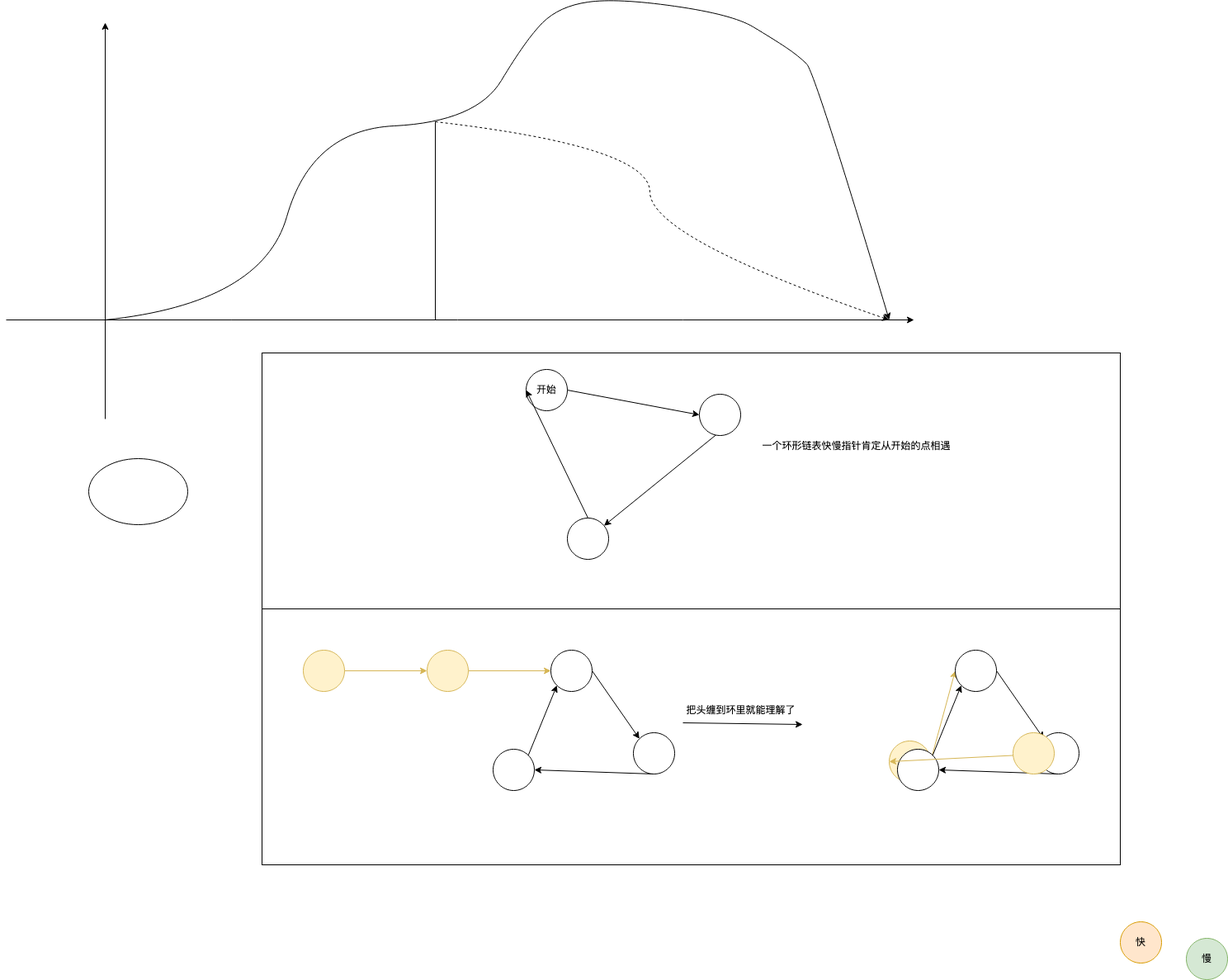
Above: 未命名绘图.drawio.png in jw-hub/test (draw.io), before the change. Source tidied: cells renumbered, new cells last; positions are measured from the earlier drawing's top-left corner, leaving out a move shared by most shapes.
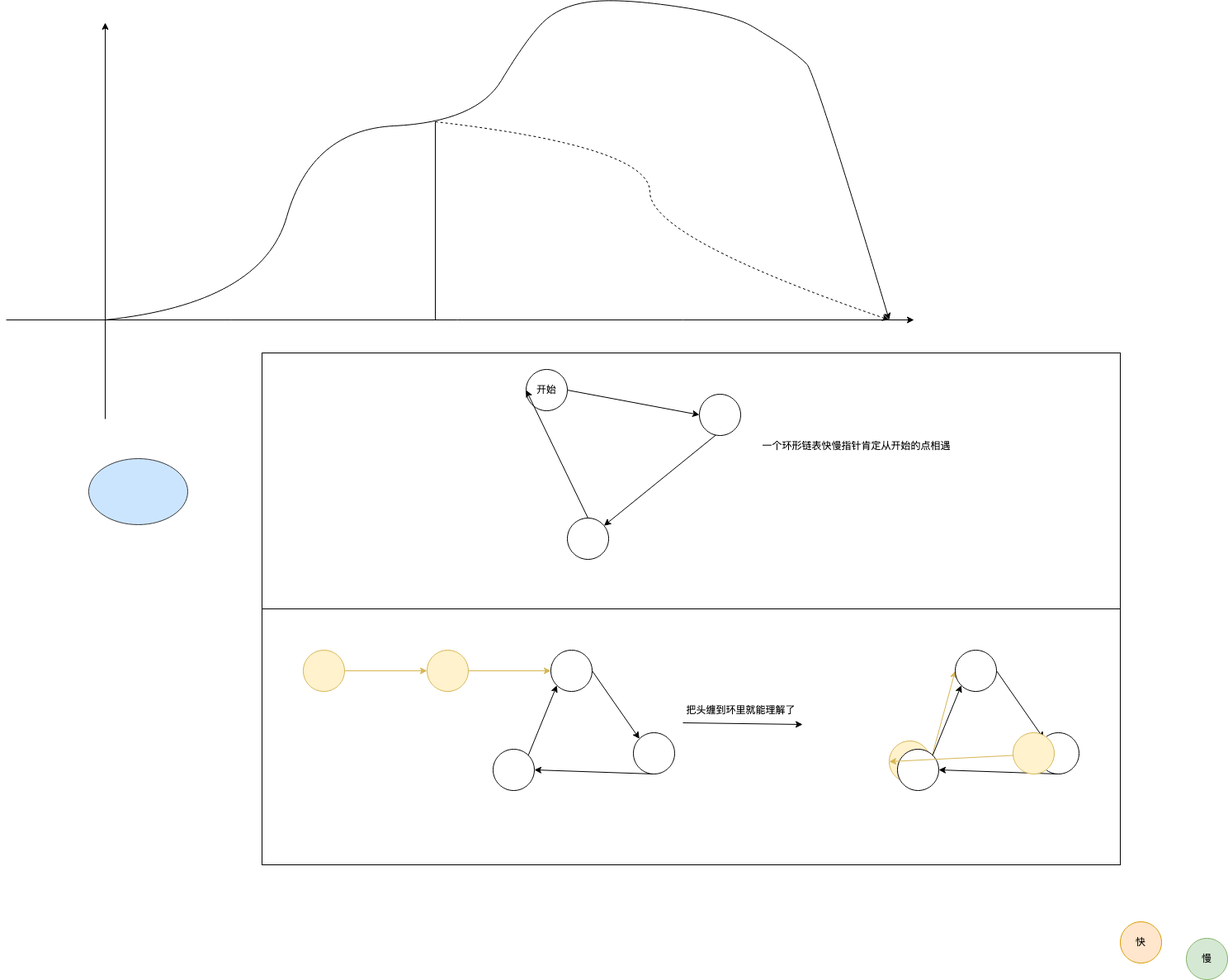
After the commit.

Commit message:
更新未命名绘图.drawio.png

The edit, as a diff of the source:
```diff
@@ -149,7 +149,7 @@
         <mxPoint x="820" y="878" as="sourcePoint" />
       </mxGeometry>
     </mxCell>
-    <mxCell id="40" style="ellipse;whiteSpace=wrap;html=1;" parent="1" vertex="1">
+    <mxCell id="40" style="ellipse;whiteSpace=wrap;html=1;fillColor=#cce5ff;strokeColor=#36393d;" parent="1" vertex="1">
       <mxGeometry x="100" y="558" width="120" height="80" as="geometry" />
     </mxCell>
   </root>
```
